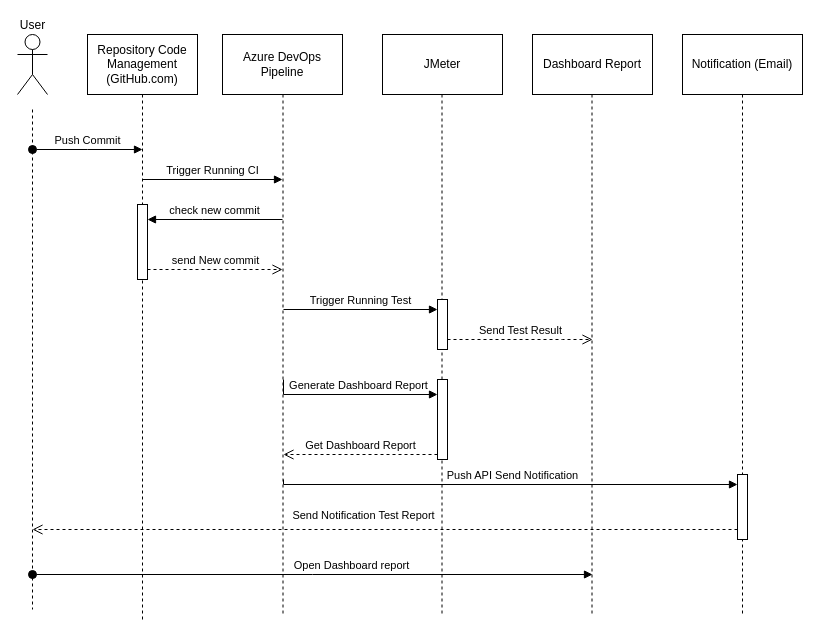
This is SequenceDiagram.drawio from apencoreply/DevOpsEmpowerTool, a draw.io file, before an edit. Source tidied: cells renumbered, new cells numbered last; positions are measured from the earlier drawing's top-left corner, leaving out a move shared by most shapes. Both pictures are drawn from the tidied source at 100%, with x=0, y=0 at pixel (17, 34).
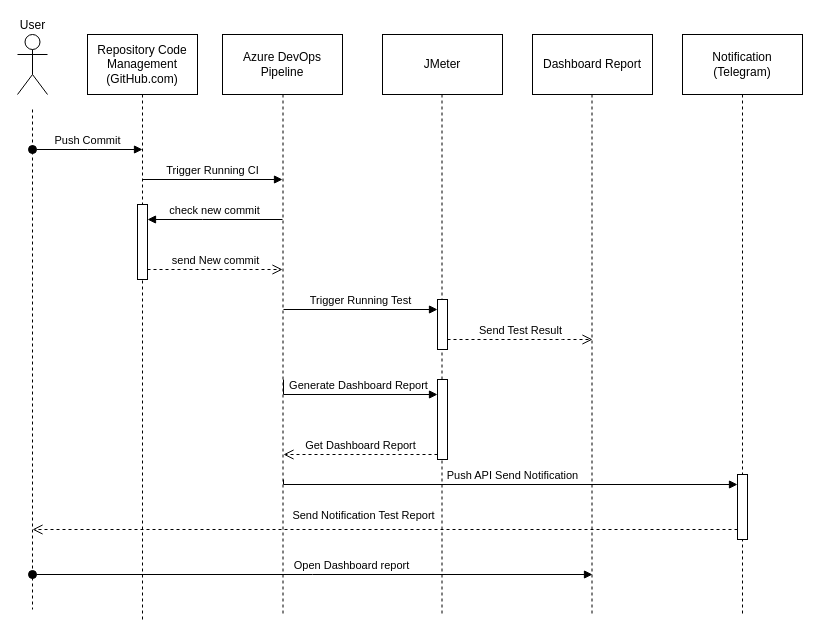
The same page after the edit.

The edit, as a diff of the source:
```diff
@@
-    <mxCell id="7" value="Notification (Email)" style="whiteSpace=wrap;html=1;" parent="1" vertex="1">
+    <mxCell id="7" value="Notification (Telegram)" style="whiteSpace=wrap;html=1;" parent="1" vertex="1">
       <mxGeometry x="665" width="120" height="60" as="geometry" />
     </mxCell>
```
